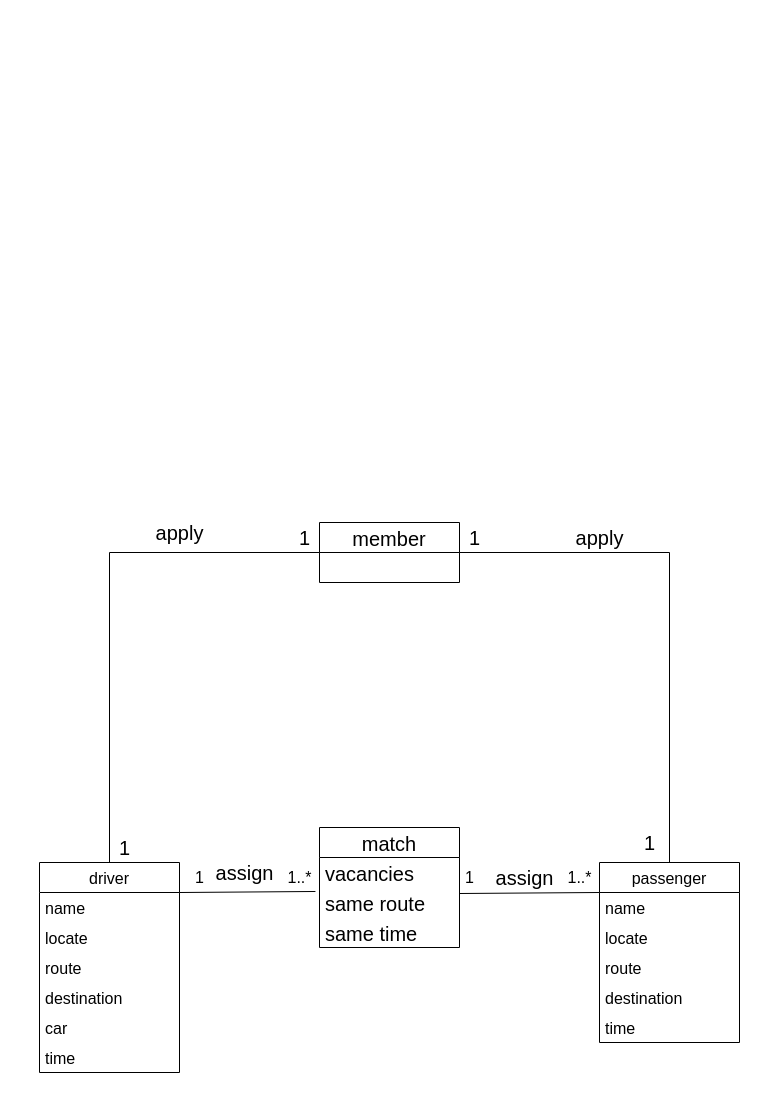
troyandy1023/110-2HW6 keeps this draw.io diagram as page "媒合作業" (2 of 3) of ans.drawio. Above is the earlier version. Source tidied: cells renumbered, new cells numbered last; positions are measured from the earlier drawing's top-left corner, leaving out a move shared by most shapes. Both pictures are drawn from the tidied source at 100%, with x=0, y=0 at pixel (39, 517).
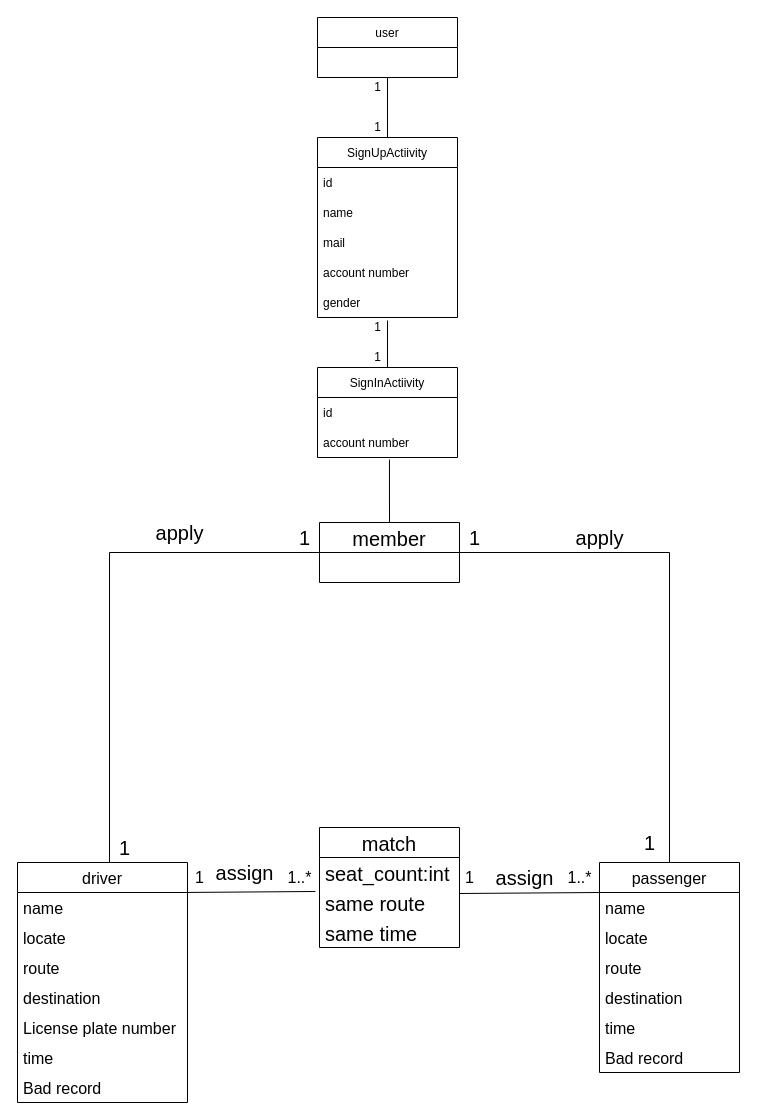
After the change.

The change refers to these unchanged cells:
```xml
<mxCell id="2" value="member" style="swimlane;fontStyle=0;horizontal=1;startSize=30;fontSize=20;" parent="1" vertex="1">
  <mxGeometry x="280" y="5" width="140" height="60" as="geometry" />
</mxCell>
<mxCell id="11" value="match" style="swimlane;fontStyle=0;horizontal=1;startSize=30;fontSize=20;" parent="1" vertex="1">
  <mxGeometry x="280" y="310" width="140" height="120" as="geometry" />
</mxCell>
```

The edit, as a diff of the source:
```diff
@@
-    <mxCell id="12" value="vacancies" style="text;strokeColor=none;fillColor=none;align=left;verticalAlign=middle;spacingLeft=4;spacingRight=4;overflow=hidden;fontSize=20;" parent="11" vertex="1">
+    <mxCell id="12" value="seat_count:int" style="text;strokeColor=none;fillColor=none;align=left;verticalAlign=middle;spacingLeft=4;spacingRight=4;overflow=hidden;fontSize=20;" parent="11" vertex="1">
       <mxGeometry y="30" width="140" height="30" as="geometry" />
     </mxCell>
@@
     <mxCell id="23" value="driver" style="swimlane;fontStyle=0;horizontal=1;startSize=30;fontSize=16;" parent="1" vertex="1">
-      <mxGeometry y="345" width="140" height="210" as="geometry" />
+      <mxGeometry x="-22" y="345" width="170" height="240" as="geometry" />
     </mxCell>
     <mxCell id="24" value="name" style="text;strokeColor=none;fillColor=none;align=left;verticalAlign=middle;spacingLeft=4;spacingRight=4;overflow=hidden;fontSize=16;" parent="23" vertex="1">
-      <mxGeometry y="30" width="140" height="30" as="geometry" />
+      <mxGeometry y="30" width="170" height="30" as="geometry" />
     </mxCell>
     <mxCell id="25" value="locate" style="text;strokeColor=none;fillColor=none;align=left;verticalAlign=middle;spacingLeft=4;spacingRight=4;overflow=hidden;fontSize=16;" parent="23" vertex="1">
-      <mxGeometry y="60" width="140" height="30" as="geometry" />
+      <mxGeometry y="60" width="170" height="30" as="geometry" />
     </mxCell>
     <mxCell id="26" value="route" style="text;strokeColor=none;fillColor=none;align=left;verticalAlign=middle;spacingLeft=4;spacingRight=4;overflow=hidden;fontSize=16;" parent="23" vertex="1">
-      <mxGeometry y="90" width="140" height="30" as="geometry" />
+      <mxGeometry y="90" width="170" height="30" as="geometry" />
     </mxCell>
     <mxCell id="27" value="destination" style="text;strokeColor=none;fillColor=none;align=left;verticalAlign=middle;spacingLeft=4;spacingRight=4;overflow=hidden;fontSize=16;" parent="23" vertex="1">
-      <mxGeometry y="120" width="140" height="30" as="geometry" />
+      <mxGeometry y="120" width="170" height="30" as="geometry" />
     </mxCell>
-    <mxCell id="28" value="car" style="text;strokeColor=none;fillColor=none;align=left;verticalAlign=middle;spacingLeft=4;spacingRight=4;overflow=hidden;fontSize=16;" parent="23" vertex="1">
-      <mxGeometry y="150" width="140" height="30" as="geometry" />
+    <mxCell id="28" value="License plate number" style="text;strokeColor=none;fillColor=none;align=left;verticalAlign=middle;spacingLeft=4;spacingRight=4;overflow=hidden;fontSize=16;" parent="23" vertex="1">
+      <mxGeometry y="150" width="170" height="30" as="geometry" />
     </mxCell>
     <mxCell id="29" value="time" style="text;strokeColor=none;fillColor=none;align=left;verticalAlign=middle;spacingLeft=4;spacingRight=4;overflow=hidden;fontSize=16;" parent="23" vertex="1">
-      <mxGeometry y="180" width="140" height="30" as="geometry" />
+      <mxGeometry y="180" width="170" height="30" as="geometry" />
     </mxCell>
+    <mxCell id="36" value="Bad record" style="text;strokeColor=none;fillColor=none;align=left;verticalAlign=middle;spacingLeft=4;spacingRight=4;overflow=hidden;fontSize=16;" parent="23" vertex="1">
+      <mxGeometry y="210" width="170" height="30" as="geometry" />
+    </mxCell>
     <mxCell id="30" value="passenger" style="swimlane;fontStyle=0;horizontal=1;startSize=30;fontSize=16;" parent="1" vertex="1">
-      <mxGeometry x="560" y="345" width="140" height="180" as="geometry" />
+      <mxGeometry x="560" y="345" width="140" height="210" as="geometry" />
     </mxCell>
@@
+    <mxCell id="37" value="Bad record" style="text;strokeColor=none;fillColor=none;align=left;verticalAlign=middle;spacingLeft=4;spacingRight=4;overflow=hidden;fontSize=16;" parent="30" vertex="1">
+      <mxGeometry y="180" width="140" height="30" as="geometry" />
+    </mxCell>
+    <mxCell id="38" value="user" style="swimlane;fontStyle=0;horizontal=1;startSize=30;" parent="1" vertex="1">
+      <mxGeometry x="278" y="-500" width="140" height="60" as="geometry" />
+    </mxCell>
+    <mxCell id="39" style="endArrow=none;html=1;rounded=0;entryX=0.5;entryY=1;entryDx=0;entryDy=0;exitX=0.5;exitY=0;exitDx=0;exitDy=0;" parent="1" edge="1" source="41" target="38">
+      <mxGeometry relative="1" as="geometry" />
+    </mxCell>
+    <mxCell id="40" style="endArrow=none;html=1;rounded=0;exitX=0.5;exitY=0;exitDx=0;exitDy=0;entryX=1;entryY=0.15;entryDx=0;entryDy=0;entryPerimeter=0;" parent="1" edge="1" source="51" target="49">
+      <mxGeometry relative="1" as="geometry" />
+    </mxCell>
+    <mxCell id="41" value="SignUpActiivity" style="swimlane;fontStyle=0;horizontal=1;startSize=30;" parent="1" vertex="1">
+      <mxGeometry x="278" y="-380" width="140" height="180" as="geometry" />
+    </mxCell>
+    <mxCell id="42" value="id" style="text;strokeColor=none;fillColor=none;align=left;verticalAlign=middle;spacingLeft=4;spacingRight=4;overflow=hidden;" parent="41" vertex="1">
+      <mxGeometry y="30" width="140" height="30" as="geometry" />
+    </mxCell>
+    <mxCell id="43" value="name" style="text;strokeColor=none;fillColor=none;align=left;verticalAlign=middle;spacingLeft=4;spacingRight=4;overflow=hidden;" parent="41" vertex="1">
+      <mxGeometry y="60" width="140" height="30" as="geometry" />
+    </mxCell>
+    <mxCell id="44" value="mail" style="text;strokeColor=none;fillColor=none;align=left;verticalAlign=middle;spacingLeft=4;spacingRight=4;overflow=hidden;" parent="41" vertex="1">
+      <mxGeometry y="90" width="140" height="30" as="geometry" />
+    </mxCell>
+    <mxCell id="45" value="account number" style="text;strokeColor=none;fillColor=none;align=left;verticalAlign=middle;spacingLeft=4;spacingRight=4;overflow=hidden;" parent="41" vertex="1">
+      <mxGeometry y="120" width="140" height="30" as="geometry" />
+    </mxCell>
+    <mxCell id="46" value="gender" style="text;strokeColor=none;fillColor=none;align=left;verticalAlign=middle;spacingLeft=4;spacingRight=4;overflow=hidden;" parent="41" vertex="1">
+      <mxGeometry y="150" width="140" height="30" as="geometry" />
+    </mxCell>
+    <mxCell id="47" value="1" style="text;html=1;align=center;verticalAlign=middle;strokeColor=none;fillColor=none;" parent="1" vertex="1">
+      <mxGeometry x="328" y="-440" width="20" height="20" as="geometry" />
+    </mxCell>
+    <mxCell id="48" value="1" style="text;html=1;align=center;verticalAlign=middle;strokeColor=none;fillColor=none;" parent="1" vertex="1">
+      <mxGeometry x="328" y="-400" width="20" height="20" as="geometry" />
+    </mxCell>
+    <mxCell id="49" value="1" style="text;html=1;align=center;verticalAlign=middle;points=[];strokeColor=none;fillColor=none;" parent="1" vertex="1">
+      <mxGeometry x="328" y="-200" width="20" height="20" as="geometry" />
+    </mxCell>
+    <mxCell id="50" value="1" style="text;html=1;align=center;verticalAlign=middle;strokeColor=none;fillColor=none;" parent="1" vertex="1">
+      <mxGeometry x="328" y="-170" width="20" height="20" as="geometry" />
+    </mxCell>
+    <mxCell id="51" value="SignInActiivity" style="swimlane;fontStyle=0;horizontal=1;startSize=30;" parent="1" vertex="1">
+      <mxGeometry x="278" y="-150" width="140" height="90" as="geometry" />
+    </mxCell>
+    <mxCell id="52" value="id" style="text;strokeColor=none;fillColor=none;align=left;verticalAlign=middle;spacingLeft=4;spacingRight=4;overflow=hidden;" parent="51" vertex="1">
+      <mxGeometry y="30" width="140" height="30" as="geometry" />
+    </mxCell>
+    <mxCell id="53" value="account number" style="text;strokeColor=none;fillColor=none;align=left;verticalAlign=middle;spacingLeft=4;spacingRight=4;overflow=hidden;points=[[0,0.5],[1,0.5]];portConstraint=eastwest;" parent="51" vertex="1">
+      <mxGeometry y="60" width="140" height="30" as="geometry" />
+    </mxCell>
+    <mxCell id="54" style="endArrow=none;html=1;rounded=0;entryX=0.514;entryY=1.067;entryDx=0;entryDy=0;entryPerimeter=0;exitX=0.5;exitY=0;exitDx=0;exitDy=0;" parent="1" edge="1" source="2" target="53">
+      <mxGeometry relative="1" as="geometry" />
+    </mxCell>
```
